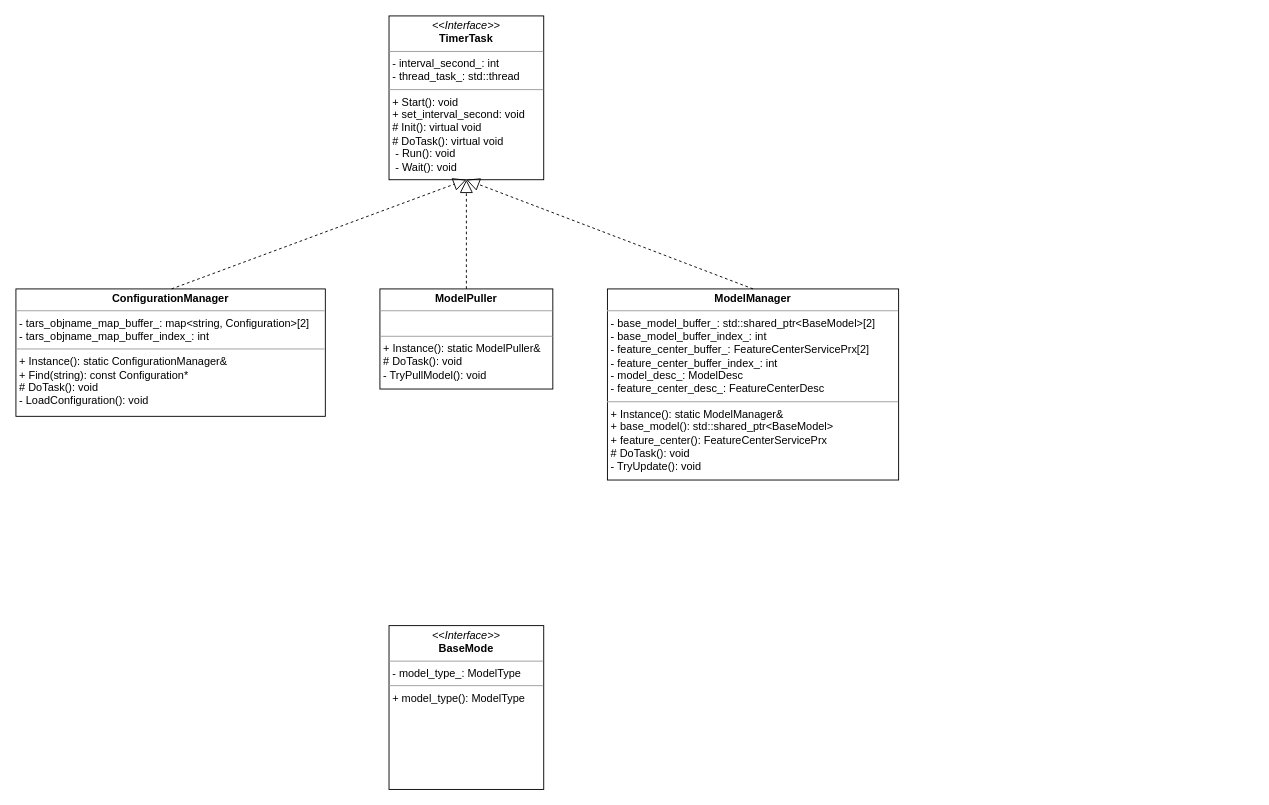
xuzhezhaozhao/draw.io keeps this draw.io diagram as Untitled Diagram.drawio. Above is the earlier version. Source tidied: cells renumbered, new cells numbered last; positions are measured from the earlier drawing's top-left corner, leaving out a move shared by most shapes. Both pictures are drawn from the tidied source at 91%, with x=0, y=0 at pixel (15, 15).
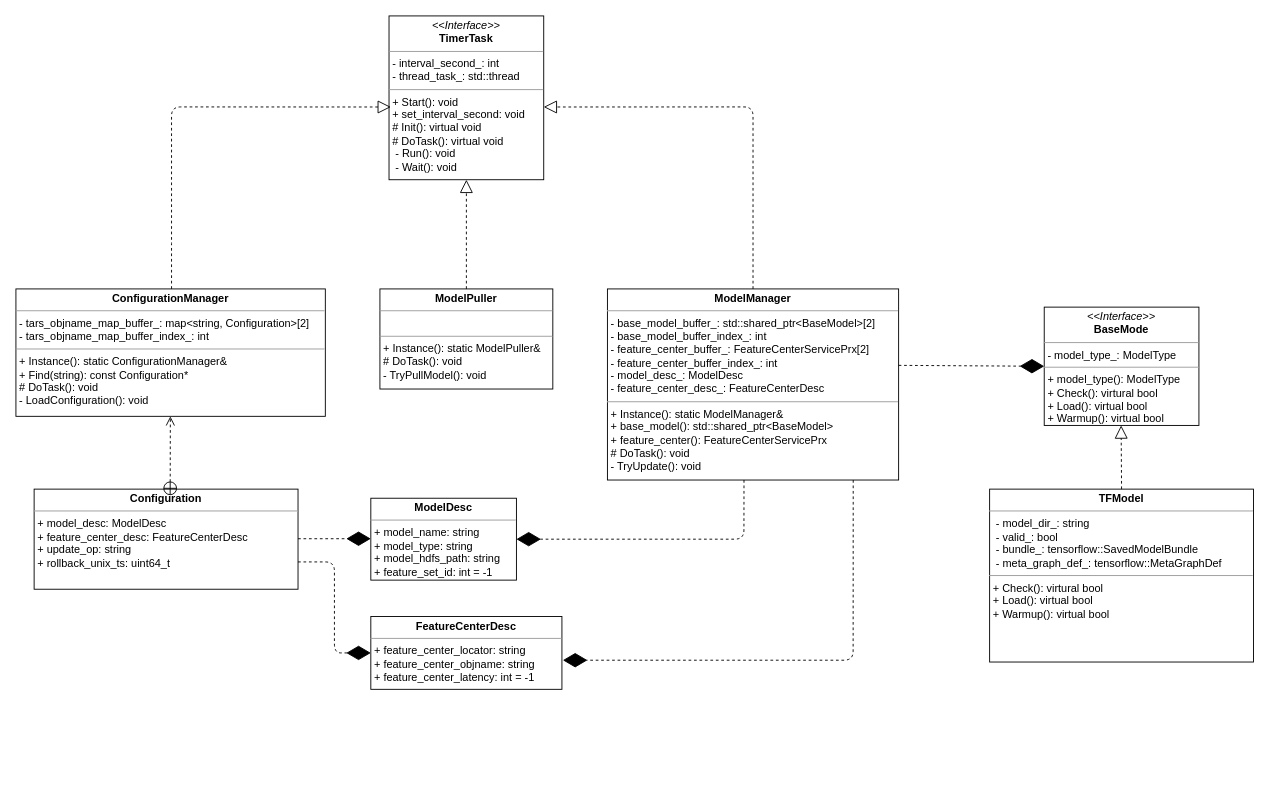
The same diagram, later.

Unchanged cells that the change refers to:
```xml
<mxCell id="2" value="&lt;p style=&quot;margin: 0px ; margin-top: 4px ; text-align: center&quot;&gt;&lt;i&gt;&amp;lt;&amp;lt;Interface&amp;gt;&amp;gt;&lt;/i&gt;&lt;br&gt;&lt;b&gt;TimerTask&lt;/b&gt;&lt;/p&gt;&lt;hr size=&quot;1&quot;&gt;&lt;p style=&quot;margin: 0px ; margin-left: 4px&quot;&gt;- interval_second_: int&lt;br&gt;- thread_task_:&amp;nbsp;std::thread&lt;/p&gt;&lt;hr size=&quot;1&quot;&gt;&lt;p style=&quot;margin: 0px ; margin-left: 4px&quot;&gt;+ Start(): void&lt;/p&gt;&lt;p style=&quot;margin: 0px ; margin-left: 4px&quot;&gt;+ set_interval_second: void&lt;/p&gt;&lt;p style=&quot;margin: 0px ; margin-left: 4px&quot;&gt;# Init(): virtual void&lt;br&gt;# DoTask(): virtual void&lt;/p&gt;&lt;p style=&quot;margin: 0px ; margin-left: 4px&quot;&gt;&amp;nbsp;- Run(): void&lt;/p&gt;&lt;p style=&quot;margin: 0px ; margin-left: 4px&quot;&gt;&amp;nbsp;- Wait(): void&lt;/p&gt;" style="verticalAlign=top;align=left;overflow=fill;fontSize=12;fontFamily=Helvetica;html=1;" parent="1" vertex="1">
  <mxGeometry x="410" width="170" height="180" as="geometry" />
</mxCell>
<mxCell id="3" value="&lt;p style=&quot;margin: 0px ; margin-top: 4px ; text-align: center&quot;&gt;&lt;b&gt;ConfigurationManager&lt;/b&gt;&lt;/p&gt;&lt;hr size=&quot;1&quot;&gt;&lt;p style=&quot;margin: 0px ; margin-left: 4px&quot;&gt;- tars_objname_map_buffer_: map&amp;lt;string, Configuration&amp;gt;[2]&lt;/p&gt;&lt;p style=&quot;margin: 0px ; margin-left: 4px&quot;&gt;- tars_objname_map_buffer_index_: int&lt;br&gt;&lt;/p&gt;&lt;hr size=&quot;1&quot;&gt;&lt;p style=&quot;margin: 0px ; margin-left: 4px&quot;&gt;&lt;span&gt;+ Instance(): static ConfigurationManager&amp;amp;&lt;/span&gt;&lt;br&gt;&lt;/p&gt;&lt;p style=&quot;margin: 0px ; margin-left: 4px&quot;&gt;+ Find(string): const Configuration*&lt;br&gt;&lt;/p&gt;&lt;p style=&quot;margin: 0px ; margin-left: 4px&quot;&gt;# DoTask(): void&lt;br&gt;&lt;/p&gt;&lt;p style=&quot;margin: 0px ; margin-left: 4px&quot;&gt;- LoadConfiguration(): void&lt;/p&gt;" style="verticalAlign=top;align=left;overflow=fill;fontSize=12;fontFamily=Helvetica;html=1;" parent="1" vertex="1">
  <mxGeometry y="300" width="340" height="140" as="geometry" />
</mxCell>
<mxCell id="5" value="&lt;p style=&quot;margin: 0px ; margin-top: 4px ; text-align: center&quot;&gt;&lt;b&gt;ModelManager&lt;/b&gt;&lt;/p&gt;&lt;hr size=&quot;1&quot;&gt;&lt;p style=&quot;margin: 0px ; margin-left: 4px&quot;&gt;-&amp;nbsp;base_model_buffer_: std::shared_ptr&amp;lt;BaseModel&amp;gt;[2]&lt;/p&gt;&lt;p style=&quot;margin: 0px ; margin-left: 4px&quot;&gt;-&amp;nbsp;base_model_buffer_index_: int&lt;/p&gt;&lt;p style=&quot;margin: 0px ; margin-left: 4px&quot;&gt;- feature_center_buffer_:&amp;nbsp;FeatureCenterServicePrx[2]&lt;/p&gt;&lt;p style=&quot;margin: 0px ; margin-left: 4px&quot;&gt;-&amp;nbsp;feature_center_buffer_index_: int&lt;/p&gt;&lt;p style=&quot;margin: 0px ; margin-left: 4px&quot;&gt;- model_desc_: ModelDesc&lt;/p&gt;&lt;p style=&quot;margin: 0px ; margin-left: 4px&quot;&gt;- feature_center_desc_:&amp;nbsp;FeatureCenterDesc&lt;br&gt;&lt;/p&gt;&lt;hr size=&quot;1&quot;&gt;&lt;p style=&quot;margin: 0px ; margin-left: 4px&quot;&gt;+ Instance(): static ModelManager&amp;amp;&lt;/p&gt;&lt;p style=&quot;margin: 0px ; margin-left: 4px&quot;&gt;+ base_model(): std::shared_ptr&amp;lt;BaseModel&amp;gt;&lt;/p&gt;&lt;p style=&quot;margin: 0px ; margin-left: 4px&quot;&gt;+&amp;nbsp;feature_center(): FeatureCenterServicePrx&lt;/p&gt;&lt;p style=&quot;margin: 0px ; margin-left: 4px&quot;&gt;&lt;span&gt;# DoTask(): void&lt;/span&gt;&lt;/p&gt;&lt;p style=&quot;margin: 0px ; margin-left: 4px&quot;&gt;&lt;span&gt;- TryUpdate(): void&lt;/span&gt;&lt;/p&gt;" style="verticalAlign=top;align=left;overflow=fill;fontSize=12;fontFamily=Helvetica;html=1;" parent="1" vertex="1">
  <mxGeometry x="650" y="300" width="320" height="210" as="geometry" />
</mxCell>
```

Change to the diagram source:
```diff
@@
+    <mxCell id="10" value="&lt;p style=&quot;margin: 0px ; margin-top: 4px ; text-align: center&quot;&gt;&lt;b&gt;Configuration&lt;/b&gt;&lt;/p&gt;&lt;hr size=&quot;1&quot;&gt;&lt;p style=&quot;margin: 0px ; margin-left: 4px&quot;&gt;+ model_desc: ModelDesc&lt;br&gt;&lt;/p&gt;&lt;p style=&quot;margin: 0px ; margin-left: 4px&quot;&gt;+ feature_center_desc: FeatureCenterDesc&lt;br&gt;&lt;/p&gt;&lt;p style=&quot;margin: 0px ; margin-left: 4px&quot;&gt;+ update_op: string&lt;br&gt;&lt;/p&gt;&lt;p style=&quot;margin: 0px ; margin-left: 4px&quot;&gt;+&amp;nbsp;rollback_unix_ts: uint64_t&lt;/p&gt;" style="verticalAlign=top;align=left;overflow=fill;fontSize=12;fontFamily=Helvetica;html=1;" parent="1" vertex="1">
+      <mxGeometry x="20" y="520" width="290" height="110" as="geometry" />
+    </mxCell>
@@
-    <mxCell id="6" style="endArrow=block;dashed=1;endFill=0;endSize=12;html=1;exitX=0.503;exitY=0;exitDx=0;exitDy=0;exitPerimeter=0;entryX=0.5;entryY=1;entryDx=0;entryDy=0;" parent="1" edge="1" source="3" target="2">
-      <mxGeometry relative="1" as="geometry" />
+    <mxCell id="6" style="endArrow=block;dashed=1;endFill=0;endSize=12;html=1;exitX=0.503;exitY=0;exitDx=0;exitDy=0;exitPerimeter=0;entryX=0.012;entryY=0.556;entryDx=0;entryDy=0;entryPerimeter=0;" parent="1" edge="1" source="3" target="2">
+      <mxGeometry relative="1" as="geometry">
+        <Array as="points">
+          <mxPoint x="171" y="240" />
+          <mxPoint x="171" y="100" />
+        </Array>
+      </mxGeometry>
     </mxCell>
@@
-    <mxCell id="8" style="endArrow=block;dashed=1;endFill=0;endSize=12;html=1;exitX=0.5;exitY=0;exitDx=0;exitDy=0;entryX=0.5;entryY=1;entryDx=0;entryDy=0;" parent="1" edge="1" source="5" target="2">
-      <mxGeometry relative="1" as="geometry" />
+    <mxCell id="8" style="endArrow=block;dashed=1;endFill=0;endSize=12;html=1;exitX=0.5;exitY=0;exitDx=0;exitDy=0;entryX=1;entryY=0.556;entryDx=0;entryDy=0;entryPerimeter=0;" parent="1" edge="1" source="5" target="2">
+      <mxGeometry relative="1" as="geometry">
+        <Array as="points">
+          <mxPoint x="810" y="100" />
+        </Array>
+      </mxGeometry>
     </mxCell>
-    <mxCell id="9" value="&lt;p style=&quot;margin: 0px ; margin-top: 4px ; text-align: center&quot;&gt;&lt;i&gt;&amp;lt;&amp;lt;Interface&amp;gt;&amp;gt;&lt;/i&gt;&lt;br&gt;&lt;b&gt;BaseMode&lt;/b&gt;&lt;/p&gt;&lt;hr size=&quot;1&quot;&gt;&lt;p style=&quot;margin: 0px ; margin-left: 4px&quot;&gt;- model_type_: ModelType&lt;br&gt;&lt;/p&gt;&lt;hr size=&quot;1&quot;&gt;&lt;p style=&quot;margin: 0px ; margin-left: 4px&quot;&gt;+ model_type(): ModelType&lt;/p&gt;" style="verticalAlign=top;align=left;overflow=fill;fontSize=12;fontFamily=Helvetica;html=1;" parent="1" vertex="1">
-      <mxGeometry x="410" y="670" width="170" height="180" as="geometry" />
+    <mxCell id="9" value="&lt;p style=&quot;margin: 0px ; margin-top: 4px ; text-align: center&quot;&gt;&lt;i&gt;&amp;lt;&amp;lt;Interface&amp;gt;&amp;gt;&lt;/i&gt;&lt;br&gt;&lt;b&gt;BaseMode&lt;/b&gt;&lt;/p&gt;&lt;hr size=&quot;1&quot;&gt;&lt;p style=&quot;margin: 0px ; margin-left: 4px&quot;&gt;- model_type_: ModelType&lt;br&gt;&lt;/p&gt;&lt;hr size=&quot;1&quot;&gt;&lt;p style=&quot;margin: 0px ; margin-left: 4px&quot;&gt;+ model_type(): ModelType&lt;/p&gt;&lt;p style=&quot;margin: 0px ; margin-left: 4px&quot;&gt;+ Check(): virtural bool&lt;/p&gt;&lt;p style=&quot;margin: 0px ; margin-left: 4px&quot;&gt;+ Load(): virtual bool&lt;/p&gt;&lt;p style=&quot;margin: 0px ; margin-left: 4px&quot;&gt;+ Warmup(): virtual bool&lt;/p&gt;" style="verticalAlign=top;align=left;overflow=fill;fontSize=12;fontFamily=Helvetica;html=1;" parent="1" vertex="1">
+      <mxGeometry x="1130" y="320" width="170" height="130" as="geometry" />
     </mxCell>
+    <mxCell id="11" style="endArrow=open;startArrow=circlePlus;endFill=0;startFill=0;endSize=8;html=1;dashed=1;entryX=0.463;entryY=1.014;entryDx=0;entryDy=0;entryPerimeter=0;" parent="1" edge="1">
+      <mxGeometry relative="1" as="geometry">
+        <mxPoint x="169.5" y="527.1" as="sourcePoint" />
+        <mxPoint x="169.7" y="440" as="targetPoint" />
+      </mxGeometry>
+    </mxCell>
+    <mxCell id="12" value="&lt;p style=&quot;margin: 0px ; margin-top: 4px ; text-align: center&quot;&gt;&lt;b&gt;ModelDesc&lt;/b&gt;&lt;/p&gt;&lt;hr size=&quot;1&quot;&gt;&lt;p style=&quot;margin: 0px ; margin-left: 4px&quot;&gt;+ model_name: string&lt;br&gt;&lt;/p&gt;&lt;p style=&quot;margin: 0px ; margin-left: 4px&quot;&gt;+ model_type: string&lt;br&gt;&lt;/p&gt;&lt;p style=&quot;margin: 0px ; margin-left: 4px&quot;&gt;+ model_hdfs_path: string&lt;br&gt;&lt;/p&gt;&lt;p style=&quot;margin: 0px ; margin-left: 4px&quot;&gt;+&amp;nbsp;feature_set_id: int = -1&lt;/p&gt;" style="verticalAlign=top;align=left;overflow=fill;fontSize=12;fontFamily=Helvetica;html=1;" parent="1" vertex="1">
+      <mxGeometry x="390" y="530" width="160" height="90" as="geometry" />
+    </mxCell>
+    <mxCell id="13" value="&lt;p style=&quot;margin: 0px ; margin-top: 4px ; text-align: center&quot;&gt;&lt;b&gt;FeatureCenterDesc&lt;/b&gt;&lt;/p&gt;&lt;hr size=&quot;1&quot;&gt;&lt;p style=&quot;margin: 0px ; margin-left: 4px&quot;&gt;+ feature_center_locator: string&lt;br&gt;&lt;/p&gt;&lt;p style=&quot;margin: 0px ; margin-left: 4px&quot;&gt;+ feature_center_objname: string&lt;/p&gt;&lt;p style=&quot;margin: 0px ; margin-left: 4px&quot;&gt;+&amp;nbsp;feature_center_latency: int = -1&lt;/p&gt;" style="verticalAlign=top;align=left;overflow=fill;fontSize=12;fontFamily=Helvetica;html=1;" parent="1" vertex="1">
+      <mxGeometry x="390" y="660" width="210" height="80" as="geometry" />
+    </mxCell>
+    <mxCell id="14" style="endArrow=diamondThin;endFill=1;endSize=24;html=1;dashed=1;" parent="1" edge="1">
+      <mxGeometry relative="1" as="geometry">
+        <mxPoint x="310" y="574.5" as="sourcePoint" />
+        <mxPoint x="390" y="574.5" as="targetPoint" />
+      </mxGeometry>
+    </mxCell>
+    <mxCell id="15" style="endArrow=diamondThin;endFill=1;endSize=24;html=1;dashed=1;entryX=0;entryY=0.5;entryDx=0;entryDy=0;" parent="1" edge="1" target="13">
+      <mxGeometry relative="1" as="geometry">
+        <mxPoint x="310" y="600" as="sourcePoint" />
+        <Array as="points">
+          <mxPoint x="350" y="600" />
+          <mxPoint x="350" y="700" />
+        </Array>
+      </mxGeometry>
+    </mxCell>
+    <mxCell id="16" style="endArrow=diamondThin;endFill=1;endSize=24;html=1;dashed=1;entryX=1;entryY=0.5;entryDx=0;entryDy=0;exitX=0.469;exitY=1;exitDx=0;exitDy=0;exitPerimeter=0;" parent="1" edge="1" source="5" target="12">
+      <mxGeometry relative="1" as="geometry">
+        <Array as="points">
+          <mxPoint x="800" y="575" />
+        </Array>
+      </mxGeometry>
+    </mxCell>
+    <mxCell id="17" style="endArrow=diamondThin;endFill=1;endSize=24;html=1;dashed=1;entryX=1.005;entryY=0.6;entryDx=0;entryDy=0;exitX=0.469;exitY=1;exitDx=0;exitDy=0;exitPerimeter=0;entryPerimeter=0;" parent="1" edge="1" target="13">
+      <mxGeometry relative="1" as="geometry">
+        <mxPoint x="920.1" y="510" as="sourcePoint" />
+        <Array as="points">
+          <mxPoint x="920" y="708" />
+        </Array>
+      </mxGeometry>
+    </mxCell>
+    <mxCell id="18" style="endArrow=diamondThin;endFill=1;endSize=24;html=1;dashed=1;entryX=0;entryY=0.5;entryDx=0;entryDy=0;exitX=1;exitY=0.4;exitDx=0;exitDy=0;exitPerimeter=0;" parent="1" edge="1" source="5" target="9">
+      <mxGeometry relative="1" as="geometry" />
+    </mxCell>
+    <mxCell id="19" value="&lt;p style=&quot;margin: 0px ; margin-top: 4px ; text-align: center&quot;&gt;&lt;b&gt;TFModel&lt;/b&gt;&lt;/p&gt;&lt;hr size=&quot;1&quot;&gt;&lt;p style=&quot;margin: 0px ; margin-left: 4px&quot;&gt;&amp;nbsp;-&amp;nbsp;model_dir_: string&lt;/p&gt;&lt;p style=&quot;margin: 0px ; margin-left: 4px&quot;&gt;&amp;nbsp;-&amp;nbsp;valid_: bool&lt;/p&gt;&lt;p style=&quot;margin: 0px ; margin-left: 4px&quot;&gt;&amp;nbsp;-&amp;nbsp;bundle_: tensorflow::SavedModelBundle&lt;/p&gt;&lt;p style=&quot;margin: 0px ; margin-left: 4px&quot;&gt;&amp;nbsp;-&amp;nbsp;meta_graph_def_: tensorflow::MetaGraphDef&lt;/p&gt;&lt;hr size=&quot;1&quot;&gt;&lt;p style=&quot;margin: 0px 0px 0px 4px&quot;&gt;+ Check(): virtural bool&lt;/p&gt;&lt;p style=&quot;margin: 0px 0px 0px 4px&quot;&gt;+ Load(): virtual bool&lt;/p&gt;&lt;p style=&quot;margin: 0px 0px 0px 4px&quot;&gt;+ Warmup(): virtual bool&lt;/p&gt;" style="verticalAlign=top;align=left;overflow=fill;fontSize=12;fontFamily=Helvetica;html=1;" parent="1" vertex="1">
+      <mxGeometry x="1070" y="520" width="290" height="190" as="geometry" />
+    </mxCell>
+    <mxCell id="20" style="endArrow=block;dashed=1;endFill=0;endSize=12;html=1;entryX=0.5;entryY=1;entryDx=0;entryDy=0;" parent="1" edge="1">
+      <mxGeometry relative="1" as="geometry">
+        <mxPoint x="1215" y="520" as="sourcePoint" />
+        <mxPoint x="1214.5" y="450" as="targetPoint" />
+      </mxGeometry>
+    </mxCell>
```
